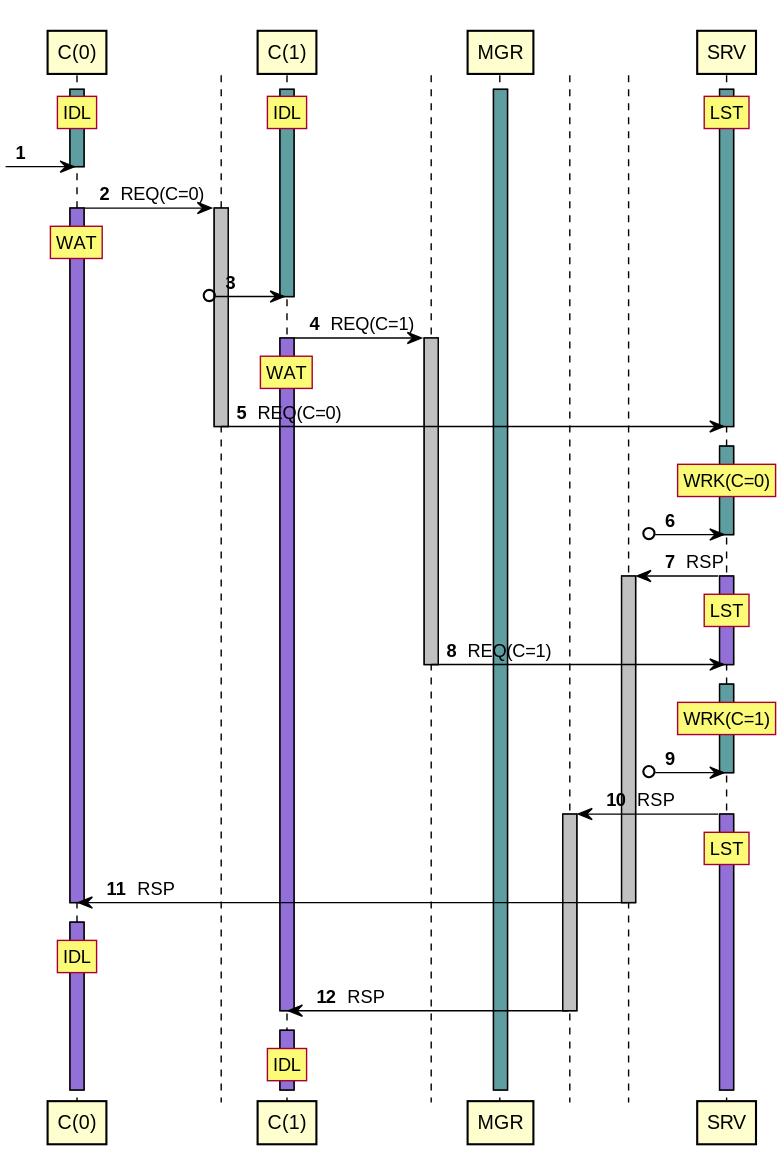
This is tests/expected/test_managed_clients_server/sequence.svg from orenbenkiki/total-space, a PlantUML export, as it was before one commit.
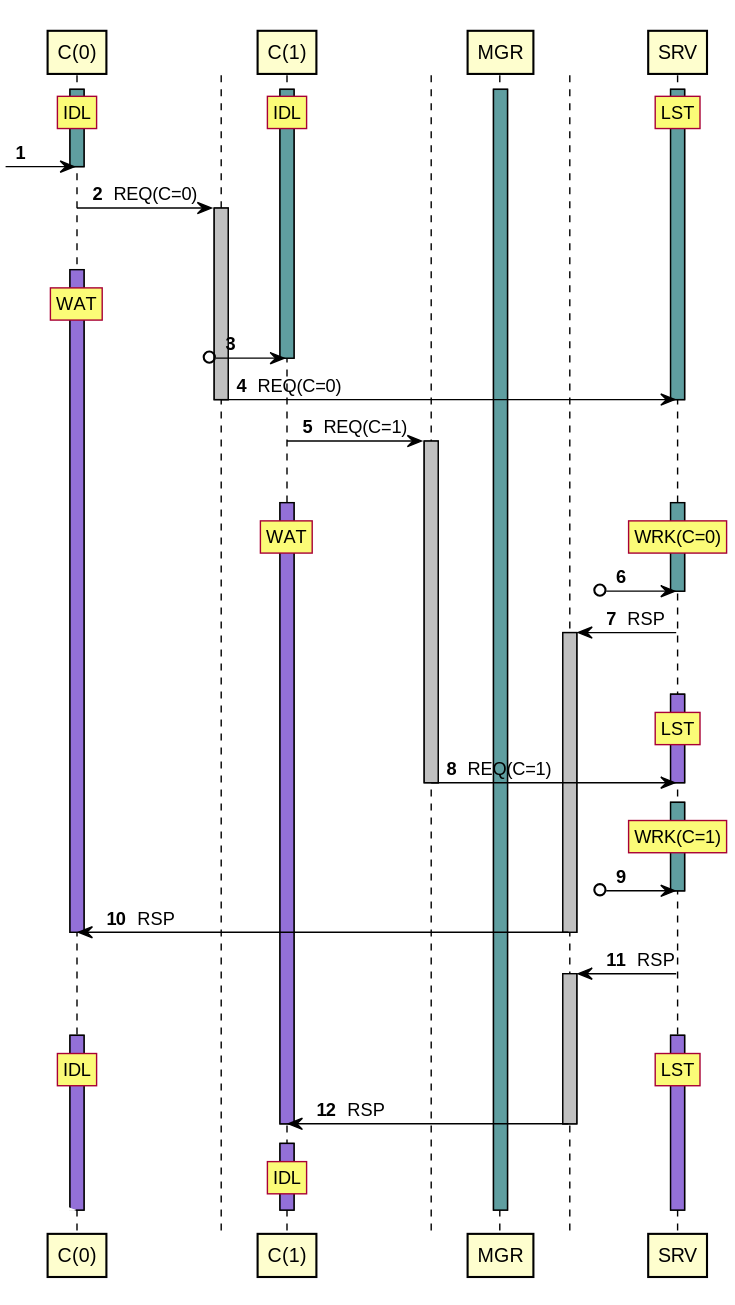
After the commit.

Diff of the diagram source:
```diff
@@ -26,59 +26,75 @@
 control " " as T0 order 10101
 A0 -> T0 : REQ(C=0)
 activate T0 #Silver
+deactivate A0
+autonumber stop
+[-[#White]\ A0
+autonumber resume
+activate A0 #MediumPurple
 rnote over A0 : WAT
-activate A0 #MediumPurple
 ?o-> A1
 deactivate A1
+T0 -> A3 : REQ(C=0)
+deactivate T0
+deactivate A3
 control " " as T1 order 10201
 A1 -> T1 : REQ(C=1)
 activate T1 #Silver
+deactivate A1
+autonumber stop
+[-[#White]\ A0
+autonumber resume
+activate A1 #MediumPurple
+activate A3 #CadetBlue
 rnote over A1 : WAT
-activate A1 #MediumPurple
-T0 -> A3 : REQ(C=0)
-deactivate T0
-deactivate A3
-autonumber stop
-?-[#White]\ A3
-autonumber resume
-rnote over A3 : WRK(C=0)
-activate A3 #CadetBlue
+/ rnote over A3 : WRK(C=0)
 ?o-> A3
 deactivate A3
 control " " as T2 order 10399
 A3 -> T2 : RSP
 activate T2 #Silver
+deactivate A3
+autonumber stop
+[-[#White]\ A0
+autonumber resume
+activate A3 #MediumPurple
 rnote over A3 : LST
-activate A3 #MediumPurple
 T1 -> A3 : REQ(C=1)
 deactivate T1
 deactivate A3
 autonumber stop
-?-[#White]\ A3
+[-[#White]\ A0
 autonumber resume
+activate A3 #CadetBlue
 rnote over A3 : WRK(C=1)
-activate A3 #CadetBlue
 ?o-> A3
 deactivate A3
-control " " as T3 order 10398
-A3 -> T3 : RSP
-activate T3 #Silver
-rnote over A3 : LST
-activate A3 #MediumPurple
 T2 -> A0 : RSP
 deactivate T2
 deactivate A0
+A3 -> T2 : RSP
+activate T2 #Silver
+deactivate A3
 autonumber stop
-?-[#White]\ A0
+[-[#White]\ A0
 autonumber resume
-rnote over A0 : IDL
+activate A3 #MediumPurple
 activate A0 #MediumPurple
-T3 -> A1 : RSP
-deactivate T3
+rnote over A3 : LST
+/ rnote over A0 : IDL
+T2 -> A1 : RSP
+deactivate T2
 deactivate A1
 autonumber stop
-?-[#White]\ A1
+[-[#White]\ A0
 autonumber resume
+activate A1 #MediumPurple
 rnote over A1 : IDL
-activate A1 #MediumPurple
+autonumber stop
+[-[#White]\ A0
+autonumber resume
+deactivate A0
+deactivate A1
+deactivate A2
+deactivate A3
 @enduml
```
